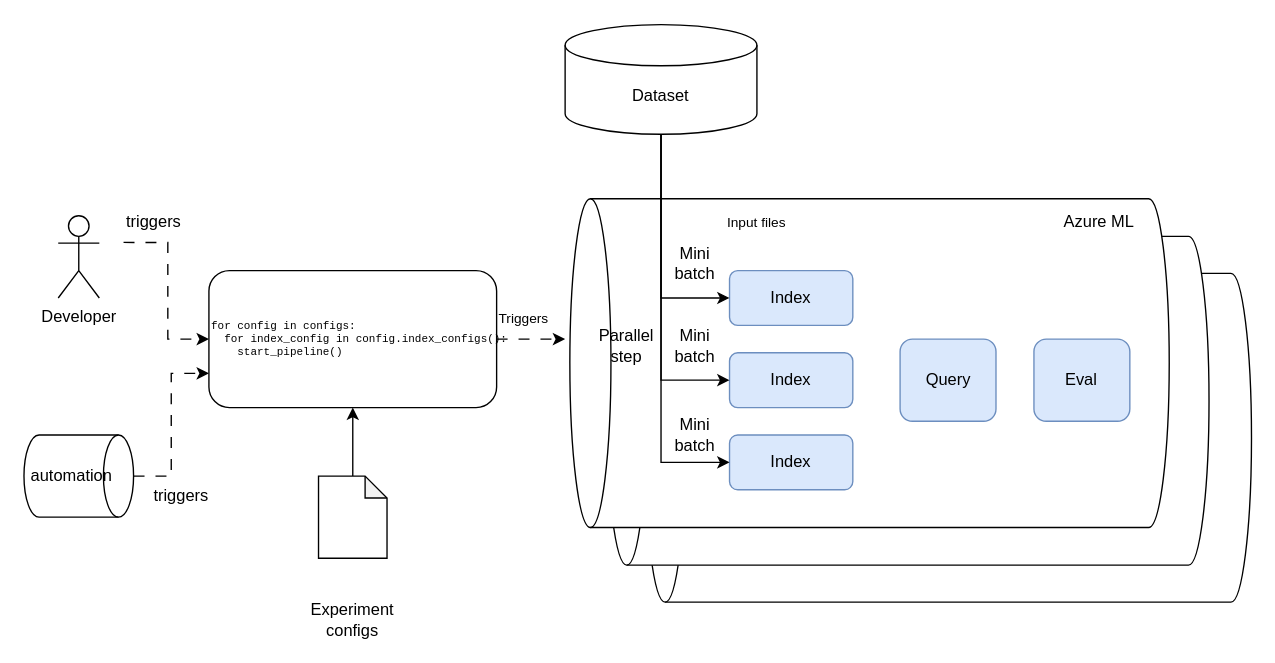
The draw.io diagram images/AzureMLPipeline.drawio in microsoft/rag-experiment-accelerator, before the edit. Source tidied: cells renumbered, new cells numbered last; positions are measured from the earlier drawing's top-left corner, leaving out a move shared by most shapes. Both pictures are drawn from the tidied source at 137%, with x=0, y=0 at pixel (30, 23).
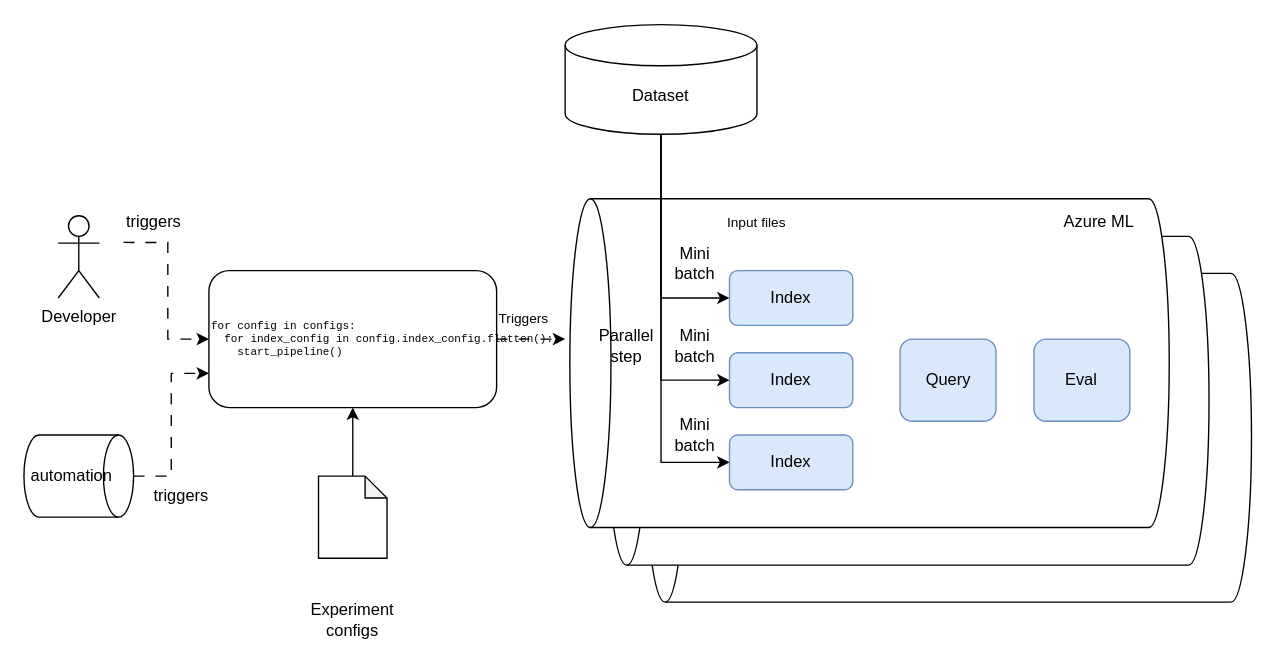
After the change.

Change to the diagram source:
```diff
@@
-    <mxCell id="11" value="&lt;pre style=&quot;font-size: 8px;&quot;&gt;for config in configs:&lt;br&gt;  for index_config in config.index_configs():&lt;br&gt;    start_pipeline()&lt;/pre&gt;" style="rounded=1;whiteSpace=wrap;html=1;align=left;" parent="1" vertex="1">
+    <mxCell id="11" value="&lt;pre style=&quot;font-size: 8px;&quot;&gt;for config in configs:&lt;br&gt;  for index_config in config.index_config.flatten():&lt;br&gt;    start_pipeline()&lt;/pre&gt;" style="rounded=1;whiteSpace=wrap;html=1;align=left;" parent="1" vertex="1">
       <mxGeometry x="130" y="180" width="210" height="100" as="geometry" />
     </mxCell>
```
